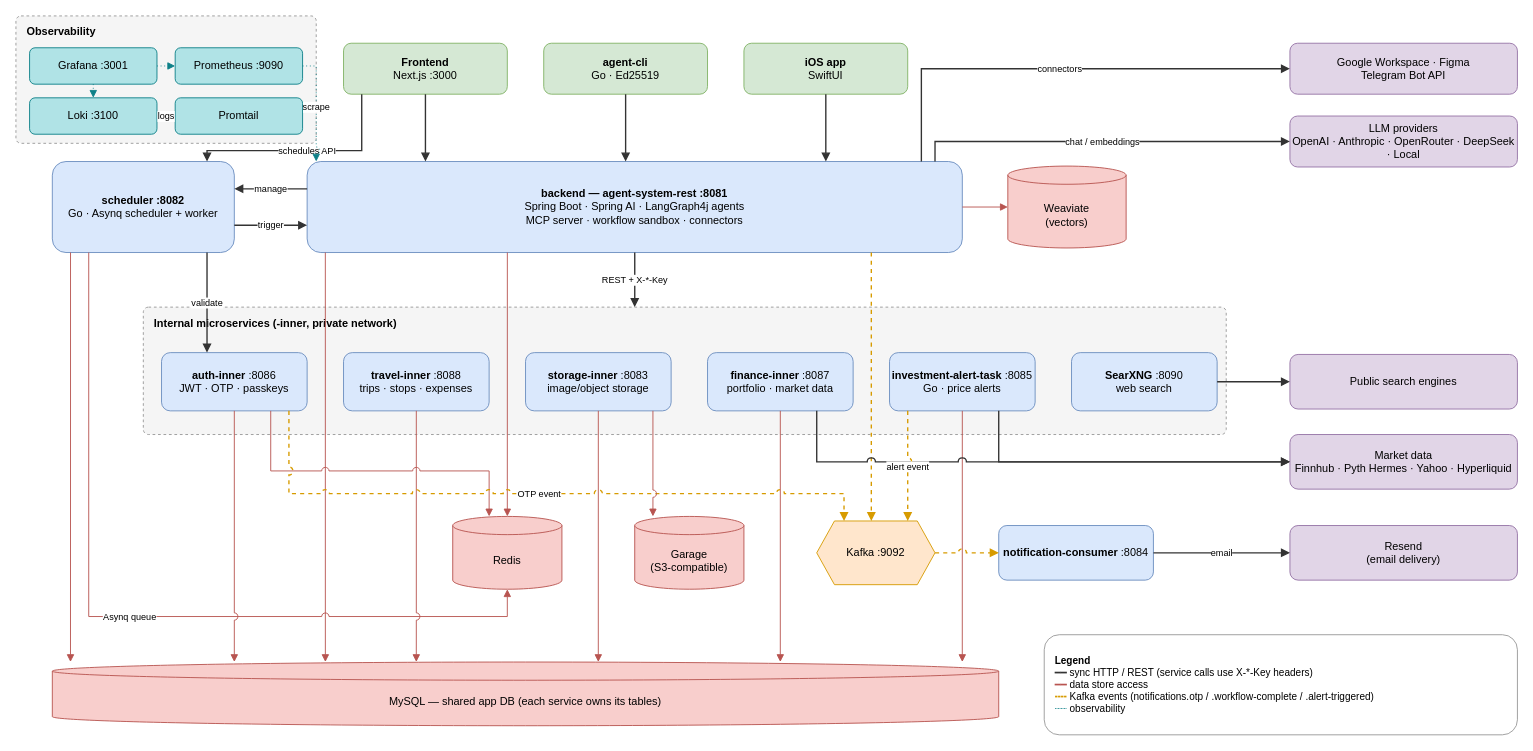
The draw.io diagram images/architecture.drawio in David200308/rag-agent-system, before the edit. Source tidied: cells renumbered, new cells numbered last; positions are measured from the earlier drawing's top-left corner, leaving out a move shared by most shapes. Both pictures are drawn from the tidied source at 91%, with x=0, y=0 at pixel (15, 15).
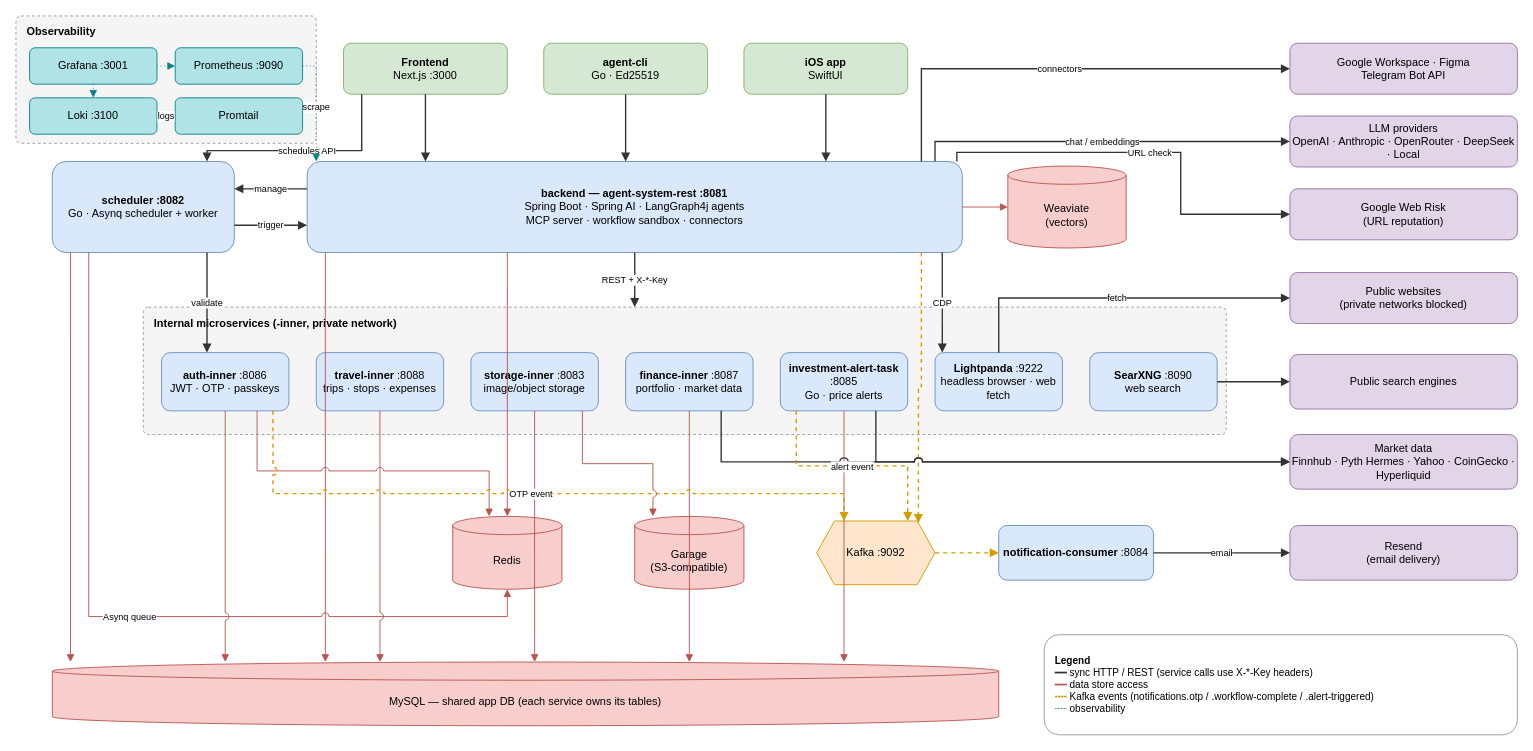
The same diagram, later.

Commit message (it also covers changes not shown here):
update: architecture graph & readme

The change refers to these unchanged cells:
```xml
<mxCell id="10" value="&lt;b&gt;backend — agent-system-rest :8081&lt;/b&gt;&lt;br&gt;Spring Boot · Spring AI · LangGraph4j agents&lt;br&gt;MCP server · workflow sandbox · connectors" style="rounded=1;whiteSpace=wrap;html=1;fillColor=#dae8fc;strokeColor=#6c8ebf;" parent="1" vertex="1">
  <mxGeometry x="320" y="160" width="720" height="100" as="geometry" />
</mxCell>
<mxCell id="11" value="&lt;b&gt;scheduler :8082&lt;/b&gt;&lt;br&gt;Go · Asynq scheduler + worker" style="rounded=1;whiteSpace=wrap;html=1;fillColor=#dae8fc;strokeColor=#6c8ebf;" parent="1" vertex="1">
  <mxGeometry x="40" y="160" width="200" height="100" as="geometry" />
</mxCell>
<mxCell id="25" value="Redis" style="shape=cylinder3;whiteSpace=wrap;html=1;boundedLbl=1;backgroundOutline=1;size=10;fillColor=#f8cecc;strokeColor=#b85450;" parent="1" vertex="1">
  <mxGeometry x="480" y="550" width="120" height="80" as="geometry" />
</mxCell>
<mxCell id="27" value="Kafka :9092" style="shape=hexagon;perimeter=hexagonPerimeter2;whiteSpace=wrap;html=1;size=0.15;fillColor=#ffe6cc;strokeColor=#d79b00;" parent="1" vertex="1">
  <mxGeometry x="880" y="555" width="130" height="70" as="geometry" />
</mxCell>
<mxCell id="29" value="MySQL — shared app DB (each service owns its tables)" style="shape=cylinder3;whiteSpace=wrap;html=1;boundedLbl=1;backgroundOutline=1;size=10;fillColor=#f8cecc;strokeColor=#b85450;" parent="1" vertex="1">
  <mxGeometry x="40" y="710" width="1040" height="70" as="geometry" />
</mxCell>
```

Change to the diagram source:
```diff
@@
-    <mxCell id="16" value="Market data&lt;br&gt;Finnhub · Pyth Hermes · Yahoo · Hyperliquid" style="rounded=1;whiteSpace=wrap;html=1;fillColor=#e1d5e7;strokeColor=#9673a6;" parent="1" vertex="1">
+    <mxCell id="16" value="Market data&lt;br&gt;Finnhub · Pyth Hermes · Yahoo · CoinGecko · Hyperliquid" style="rounded=1;whiteSpace=wrap;html=1;fillColor=#e1d5e7;strokeColor=#9673a6;" parent="1" vertex="1">
       <mxGeometry x="1400" y="460" width="250" height="60" as="geometry" />
     </mxCell>
@@
     <mxCell id="19" value="&lt;b&gt;auth-inner&lt;/b&gt; :8086&lt;br&gt;JWT · OTP · passkeys" style="rounded=1;whiteSpace=wrap;html=1;fillColor=#dae8fc;strokeColor=#6c8ebf;" parent="1" vertex="1">
-      <mxGeometry x="160" y="370" width="160" height="64" as="geometry" />
+      <mxGeometry x="160" y="370" width="140" height="64" as="geometry" />
     </mxCell>
     <mxCell id="20" value="&lt;b&gt;travel-inner&lt;/b&gt; :8088&lt;br&gt;trips · stops · expenses" style="rounded=1;whiteSpace=wrap;html=1;fillColor=#dae8fc;strokeColor=#6c8ebf;" parent="1" vertex="1">
-      <mxGeometry x="360" y="370" width="160" height="64" as="geometry" />
+      <mxGeometry x="330" y="370" width="140" height="64" as="geometry" />
     </mxCell>
     <mxCell id="21" value="&lt;b&gt;storage-inner&lt;/b&gt; :8083&lt;br&gt;image/object storage" style="rounded=1;whiteSpace=wrap;html=1;fillColor=#dae8fc;strokeColor=#6c8ebf;" parent="1" vertex="1">
-      <mxGeometry x="560" y="370" width="160" height="64" as="geometry" />
+      <mxGeometry x="500" y="370" width="140" height="64" as="geometry" />
     </mxCell>
     <mxCell id="22" value="&lt;b&gt;finance-inner&lt;/b&gt; :8087&lt;br&gt;portfolio · market data" style="rounded=1;whiteSpace=wrap;html=1;fillColor=#dae8fc;strokeColor=#6c8ebf;" parent="1" vertex="1">
-      <mxGeometry x="760" y="370" width="160" height="64" as="geometry" />
+      <mxGeometry x="670" y="370" width="140" height="64" as="geometry" />
     </mxCell>
     <mxCell id="23" value="&lt;b&gt;investment-alert-task&lt;/b&gt; :8085&lt;br&gt;Go · price alerts" style="rounded=1;whiteSpace=wrap;html=1;fillColor=#dae8fc;strokeColor=#6c8ebf;" parent="1" vertex="1">
-      <mxGeometry x="960" y="370" width="160" height="64" as="geometry" />
+      <mxGeometry x="840" y="370" width="140" height="64" as="geometry" />
     </mxCell>
     <mxCell id="24" value="&lt;b&gt;SearXNG&lt;/b&gt; :8090&lt;br&gt;web search" style="rounded=1;whiteSpace=wrap;html=1;fillColor=#dae8fc;strokeColor=#6c8ebf;" parent="1" vertex="1">
-      <mxGeometry x="1160" y="370" width="160" height="64" as="geometry" />
+      <mxGeometry x="1180" y="370" width="140" height="64" as="geometry" />
     </mxCell>
+    <mxCell id="66" value="&lt;b&gt;Lightpanda&lt;/b&gt; :9222&lt;br&gt;headless browser · web fetch" style="rounded=1;whiteSpace=wrap;html=1;fillColor=#dae8fc;strokeColor=#6c8ebf;" parent="1" vertex="1">
+      <mxGeometry x="1010" y="370" width="140" height="64" as="geometry" />
+    </mxCell>
+    <mxCell id="67" value="Google Web Risk&lt;br&gt;(URL reputation)" style="rounded=1;whiteSpace=wrap;html=1;fillColor=#e1d5e7;strokeColor=#9673a6;" parent="1" vertex="1">
+      <mxGeometry x="1400" y="190" width="250" height="56" as="geometry" />
+    </mxCell>
+    <mxCell id="68" value="Public websites&lt;br&gt;(private networks blocked)" style="rounded=1;whiteSpace=wrap;html=1;fillColor=#e1d5e7;strokeColor=#9673a6;" parent="1" vertex="1">
+      <mxGeometry x="1400" y="282" width="250" height="56" as="geometry" />
+    </mxCell>
+    <mxCell id="69" value="CDP" style="edgeStyle=orthogonalEdgeStyle;rounded=0;html=1;endArrow=block;endFill=1;strokeColor=#333333;strokeWidth=1.5;jumpStyle=arc;jumpSize=8;fontSize=10;labelBackgroundColor=#ffffff;exitX=0.9694;exitY=1;exitDx=0;exitDy=0;entryX=0.0571;entryY=0;entryDx=0;entryDy=0;" parent="1" edge="1" source="10" target="66">
+      <mxGeometry relative="1" as="geometry" />
+    </mxCell>
+    <mxCell id="70" value="fetch" style="edgeStyle=orthogonalEdgeStyle;rounded=0;html=1;endArrow=block;endFill=1;strokeColor=#333333;strokeWidth=1.5;jumpStyle=arc;jumpSize=8;fontSize=10;labelBackgroundColor=#ffffff;exitX=0.5;exitY=0;exitDx=0;exitDy=0;entryX=0;entryY=0.5;entryDx=0;entryDy=0;" parent="1" edge="1" source="66" target="68">
+      <mxGeometry relative="1" as="geometry" />
+    </mxCell>
+    <mxCell id="71" value="URL check" style="edgeStyle=orthogonalEdgeStyle;rounded=0;html=1;endArrow=block;endFill=1;strokeColor=#333333;strokeWidth=1.5;jumpStyle=arc;jumpSize=8;fontSize=10;labelBackgroundColor=#ffffff;exitX=0.9917;exitY=0;exitDx=0;exitDy=0;entryX=0;entryY=0.5;entryDx=0;entryDy=0;" parent="1" edge="1" source="10" target="67">
+      <mxGeometry relative="1" as="geometry">
+        <Array as="points">
+          <mxPoint x="1034" y="150" />
+          <mxPoint x="1280" y="150" />
+          <mxPoint x="1280" y="218" />
+        </Array>
+      </mxGeometry>
+    </mxCell>
@@
-    <mxCell id="38" value="validate" style="edgeStyle=orthogonalEdgeStyle;rounded=0;html=1;endArrow=block;endFill=1;strokeColor=#333333;strokeWidth=1.5;jumpStyle=arc;jumpSize=8;fontSize=10;labelBackgroundColor=#ffffff;exitX=0.85;exitY=1;exitDx=0;exitDy=0;entryX=0.3125;entryY=0;entryDx=0;entryDy=0;" parent="1" edge="1" source="11" target="19">
+    <mxCell id="38" value="validate" style="edgeStyle=orthogonalEdgeStyle;rounded=0;html=1;endArrow=block;endFill=1;strokeColor=#333333;strokeWidth=1.5;jumpStyle=arc;jumpSize=8;fontSize=10;labelBackgroundColor=#ffffff;exitX=0.85;exitY=1;exitDx=0;exitDy=0;entryX=0.3571;entryY=0;entryDx=0;entryDy=0;" parent="1" edge="1" source="11" target="19">
       <mxGeometry relative="1" as="geometry" />
     </mxCell>
@@
-    <mxCell id="45" style="edgeStyle=orthogonalEdgeStyle;rounded=0;html=1;endArrow=block;endFill=1;strokeColor=#d79b00;strokeWidth=1.5;dashed=1;jumpStyle=arc;jumpSize=8;fontSize=10;labelBackgroundColor=#ffffff;exitX=0.8611;exitY=1;exitDx=0;exitDy=0;entryX=0.4615;entryY=0;entryDx=0;entryDy=0;" parent="1" edge="1" source="10" target="27">
+    <mxCell id="45" style="edgeStyle=orthogonalEdgeStyle;rounded=0;html=1;endArrow=block;endFill=1;strokeColor=#d79b00;strokeWidth=1.5;dashed=1;jumpStyle=arc;jumpSize=8;fontSize=10;labelBackgroundColor=#ffffff;exitX=0.9375;exitY=1;exitDx=0;exitDy=0;entryX=0.8846;entryY=0;entryDx=0;entryDy=0;" parent="1" edge="1" source="10" target="27">
       <mxGeometry relative="1" as="geometry" />
     </mxCell>
@@
-    <mxCell id="48" style="edgeStyle=orthogonalEdgeStyle;rounded=0;html=1;endArrow=block;endFill=1;strokeColor=#b85450;strokeWidth=1;jumpStyle=arc;jumpSize=8;fontSize=10;labelBackgroundColor=#ffffff;exitX=0.5;exitY=1;exitDx=0;exitDy=0;entryX=0.1923;entryY=0;entryDx=0;entryDy=0;" parent="1" edge="1" source="19" target="29">
+    <mxCell id="48" style="edgeStyle=orthogonalEdgeStyle;rounded=0;html=1;endArrow=block;endFill=1;strokeColor=#b85450;strokeWidth=1;jumpStyle=arc;jumpSize=8;fontSize=10;labelBackgroundColor=#ffffff;exitX=0.5;exitY=1;exitDx=0;exitDy=0;entryX=0.1827;entryY=0;entryDx=0;entryDy=0;" parent="1" edge="1" source="19" target="29">
       <mxGeometry relative="1" as="geometry" />
     </mxCell>
-    <mxCell id="49" style="edgeStyle=orthogonalEdgeStyle;rounded=0;html=1;endArrow=block;endFill=1;strokeColor=#b85450;strokeWidth=1;jumpStyle=arc;jumpSize=8;fontSize=10;labelBackgroundColor=#ffffff;exitX=0.5;exitY=1;exitDx=0;exitDy=0;entryX=0.3846;entryY=0;entryDx=0;entryDy=0;" parent="1" edge="1" source="20" target="29">
+    <mxCell id="49" style="edgeStyle=orthogonalEdgeStyle;rounded=0;html=1;endArrow=block;endFill=1;strokeColor=#b85450;strokeWidth=1;jumpStyle=arc;jumpSize=8;fontSize=10;labelBackgroundColor=#ffffff;exitX=0.5;exitY=1;exitDx=0;exitDy=0;entryX=0.3462;entryY=0;entryDx=0;entryDy=0;" parent="1" edge="1" source="20" target="29">
       <mxGeometry relative="1" as="geometry" />
     </mxCell>
-    <mxCell id="50" style="edgeStyle=orthogonalEdgeStyle;rounded=0;html=1;endArrow=block;endFill=1;strokeColor=#b85450;strokeWidth=1;jumpStyle=arc;jumpSize=8;fontSize=10;labelBackgroundColor=#ffffff;exitX=0.5;exitY=1;exitDx=0;exitDy=0;entryX=0.5769;entryY=0;entryDx=0;entryDy=0;" parent="1" edge="1" source="21" target="29">
+    <mxCell id="50" style="edgeStyle=orthogonalEdgeStyle;rounded=0;html=1;endArrow=block;endFill=1;strokeColor=#b85450;strokeWidth=1;jumpStyle=arc;jumpSize=8;fontSize=10;labelBackgroundColor=#ffffff;exitX=0.5;exitY=1;exitDx=0;exitDy=0;entryX=0.5096;entryY=0;entryDx=0;entryDy=0;" parent="1" edge="1" source="21" target="29">
       <mxGeometry relative="1" as="geometry" />
     </mxCell>
-    <mxCell id="51" style="edgeStyle=orthogonalEdgeStyle;rounded=0;html=1;endArrow=block;endFill=1;strokeColor=#b85450;strokeWidth=1;jumpStyle=arc;jumpSize=8;fontSize=10;labelBackgroundColor=#ffffff;exitX=0.5;exitY=1;exitDx=0;exitDy=0;entryX=0.7692;entryY=0;entryDx=0;entryDy=0;" parent="1" edge="1" source="22" target="29">
+    <mxCell id="51" style="edgeStyle=orthogonalEdgeStyle;rounded=0;html=1;endArrow=block;endFill=1;strokeColor=#b85450;strokeWidth=1;jumpStyle=arc;jumpSize=8;fontSize=10;labelBackgroundColor=#ffffff;exitX=0.5;exitY=1;exitDx=0;exitDy=0;entryX=0.6731;entryY=0;entryDx=0;entryDy=0;" parent="1" edge="1" source="22" target="29">
       <mxGeometry relative="1" as="geometry" />
     </mxCell>
-    <mxCell id="52" style="edgeStyle=orthogonalEdgeStyle;rounded=0;html=1;endArrow=block;endFill=1;strokeColor=#b85450;strokeWidth=1;jumpStyle=arc;jumpSize=8;fontSize=10;labelBackgroundColor=#ffffff;exitX=0.5;exitY=1;exitDx=0;exitDy=0;entryX=0.9615;entryY=0;entryDx=0;entryDy=0;" parent="1" edge="1" source="23" target="29">
+    <mxCell id="52" style="edgeStyle=orthogonalEdgeStyle;rounded=0;html=1;endArrow=block;endFill=1;strokeColor=#b85450;strokeWidth=1;jumpStyle=arc;jumpSize=8;fontSize=10;labelBackgroundColor=#ffffff;exitX=0.5;exitY=1;exitDx=0;exitDy=0;entryX=0.8365;entryY=0;entryDx=0;entryDy=0;" parent="1" edge="1" source="23" target="29">
       <mxGeometry relative="1" as="geometry" />
     </mxCell>
     <mxCell id="53" style="edgeStyle=orthogonalEdgeStyle;rounded=0;html=1;endArrow=block;endFill=1;strokeColor=#b85450;strokeWidth=1;jumpStyle=arc;jumpSize=8;fontSize=10;labelBackgroundColor=#ffffff;exitX=0.75;exitY=1;exitDx=0;exitDy=0;entryX=0.3333;entryY=0;entryDx=0;entryDy=0;" parent="1" edge="1" source="19" target="25">
       <mxGeometry relative="1" as="geometry">
         <Array as="points">
-          <mxPoint x="280" y="500" />
+          <mxPoint x="265" y="500" />
           <mxPoint x="520" y="500" />
         </Array>
       </mxGeometry>
     </mxCell>
     <mxCell id="54" value="OTP event" style="edgeStyle=orthogonalEdgeStyle;rounded=0;html=1;endArrow=block;endFill=1;strokeColor=#d79b00;strokeWidth=1.5;dashed=1;jumpStyle=arc;jumpSize=8;fontSize=10;labelBackgroundColor=#ffffff;exitX=0.875;exitY=1;exitDx=0;exitDy=0;entryX=0.2308;entryY=0;entryDx=0;entryDy=0;" parent="1" edge="1" source="19" target="27">
       <mxGeometry relative="1" as="geometry">
         <Array as="points">
-          <mxPoint x="300" y="525" />
+          <mxPoint x="282" y="525" />
           <mxPoint x="910" y="525" />
         </Array>
       </mxGeometry>
     </mxCell>
@@
     <mxCell id="56" style="edgeStyle=orthogonalEdgeStyle;rounded=0;html=1;endArrow=block;endFill=1;strokeColor=#333333;strokeWidth=1.5;jumpStyle=arc;jumpSize=8;fontSize=10;labelBackgroundColor=#ffffff;exitX=0.75;exitY=1;exitDx=0;exitDy=0;entryX=0;entryY=0.5;entryDx=0;entryDy=0;" parent="1" edge="1" source="22" target="16">
       <mxGeometry relative="1" as="geometry">
         <Array as="points">
-          <mxPoint x="880" y="490" />
+          <mxPoint x="775" y="490" />
         </Array>
       </mxGeometry>
     </mxCell>
     <mxCell id="57" style="edgeStyle=orthogonalEdgeStyle;rounded=0;html=1;endArrow=block;endFill=1;strokeColor=#333333;strokeWidth=1.5;jumpStyle=arc;jumpSize=8;fontSize=10;labelBackgroundColor=#ffffff;exitX=0.75;exitY=1;exitDx=0;exitDy=0;entryX=0;entryY=0.5;entryDx=0;entryDy=0;" parent="1" edge="1" source="23" target="16">
       <mxGeometry relative="1" as="geometry">
         <Array as="points">
-          <mxPoint x="1080" y="490" />
+          <mxPoint x="945" y="490" />
         </Array>
       </mxGeometry>
     </mxCell>
```
